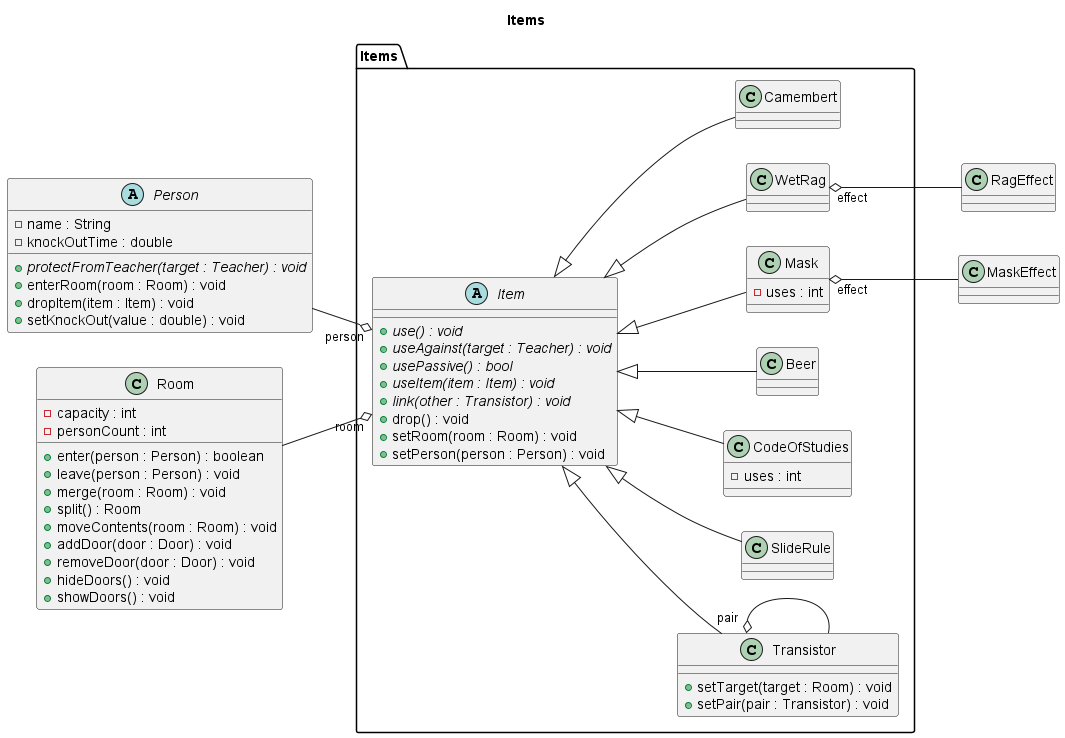
This is docs/img/diagrams/class/items.png from sn4k3ch4rm3r/logarlec, a PlantUML export, as it was before one commit.
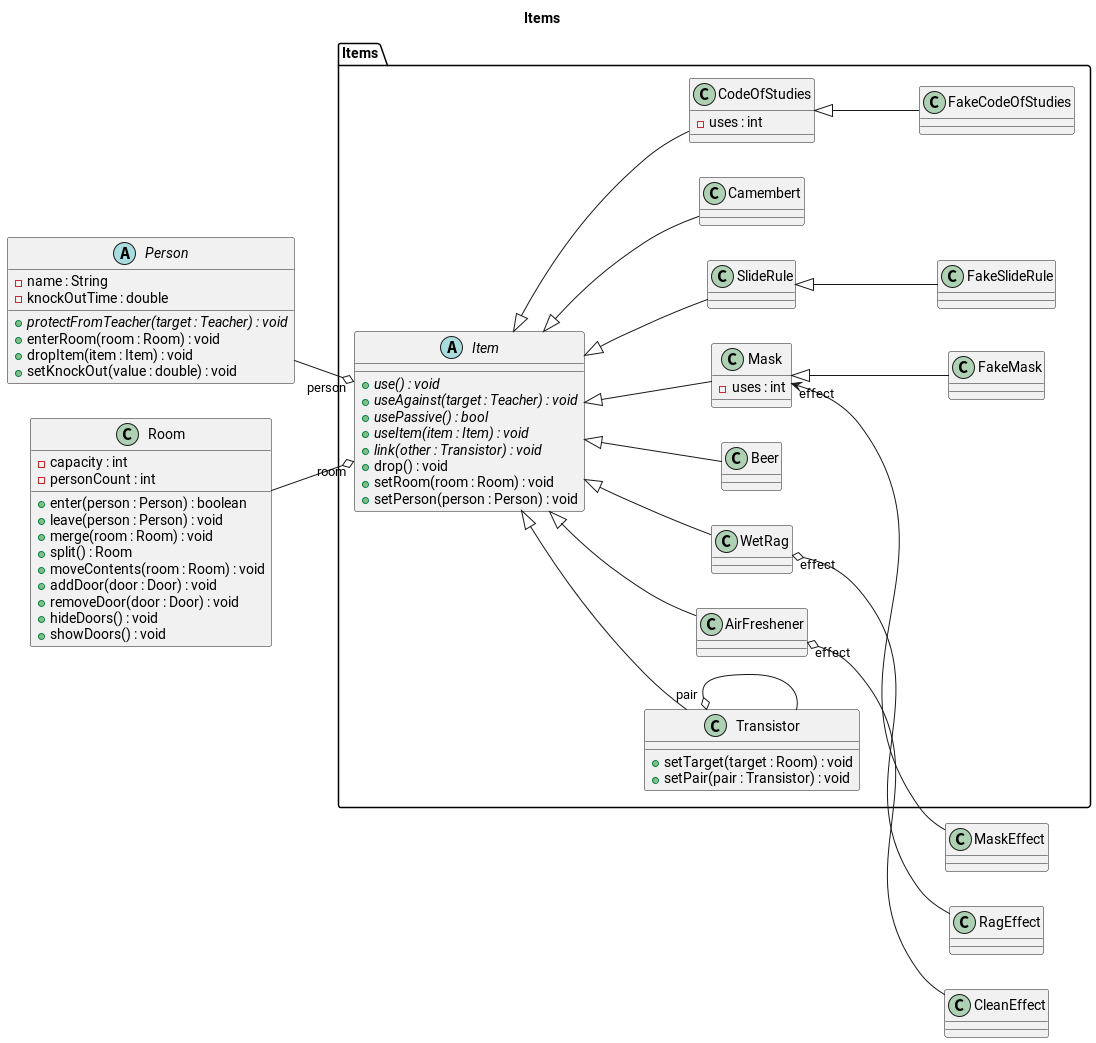
Later version of the same file.

Change to the diagram source:
```diff
@@ -17,6 +17,8 @@
 
 	class SlideRule
 
+	class FakeSlideRule
+
 	class Transistor {
 		+ setTarget(target : Room) : void
 		+ setPair(pair : Transistor) : void
@@ -26,6 +28,8 @@
 		- uses : int
 	}
 
+	class FakeCodeOfStudies
+
 	class Beer
 
 	class WetRag
@@ -34,7 +38,11 @@
 		- uses : int
 	}
 
+	class FakeMask
+
 	class Camembert
+
+    class AirFreshener
 
 	together {
 		Item <|-- SlideRule
@@ -44,6 +52,11 @@
 		Item <|-- WetRag
 		Item <|-- Mask
 		Item <|-- Camembert
+		Item <|-- AirFreshener
+
+        CodeOfStudies <|-- FakeCodeOfStudies
+        Mask <|-- FakeMask
+        SlideRule <|-- FakeSlideRule
 	}
 
 	Transistor "pair" o- Transistor
@@ -75,7 +88,8 @@
 Item "room" o-up- Room
 Item "person" o-up- Person
 
+AirFreshener "effect" o-- CleanEffect
 WetRag "effect" o-- RagEffect
-Mask "effect" o-- MaskEffect
+Mask "effect" <-- MaskEffect
 
 @enduml
```
